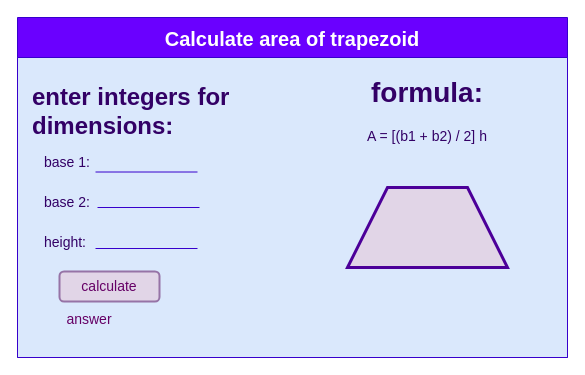
Above: design/storyboard.Drawio in sophie-nguyen-0/ICS2O-unit3-01-design (draw.io), before the change. Source tidied: cells renumbered, new cells numbered last; positions are measured from the earlier drawing's top-left corner, leaving out a move shared by most shapes. Both pictures are drawn from the tidied source at 100%, with x=0, y=0 at pixel (17, 17).
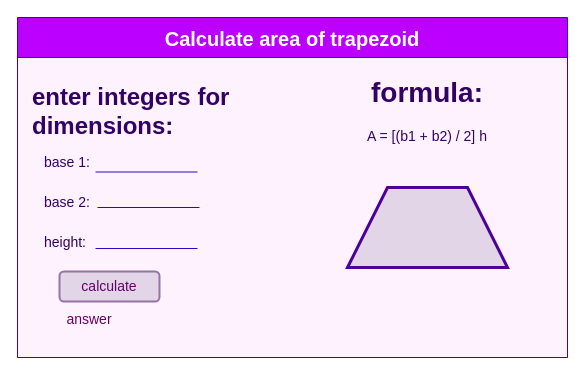
Above is the later version.

What changed in the source:
```diff
@@
 <mxGraphModel>
   <root>
     <mxCell id="0" />
     <mxCell id="1" parent="0" />
-    <mxCell id="2" style="rounded=0;whiteSpace=wrap;html=1;fontSize=14;fillColor=#dae8fc;strokeColor=#6c8ebf;" parent="1" vertex="1">
+    <mxCell id="2" style="rounded=0;whiteSpace=wrap;html=1;fontSize=14;fillColor=#FFF2FF;strokeColor=#6c8ebf;" parent="1" vertex="1">
       <mxGeometry y="30" width="550" height="310" as="geometry" />
     </mxCell>
-    <mxCell id="3" value="Calculate area of trapezoid" style="swimlane;startSize=40;fillColor=#6a00ff;strokeColor=#3700CC;fontColor=#ffffff;fontSize=20;" parent="1" vertex="1">
+    <mxCell id="3" value="Calculate area of trapezoid" style="swimlane;startSize=40;fillColor=#BB00FF;strokeColor=#3700CC;fontColor=#ffffff;fontSize=20;" parent="1" vertex="1">
       <mxGeometry width="550" height="340" as="geometry" />
     </mxCell>
     <mxCell id="4" value="&lt;h1&gt;&lt;font color=&quot;#330066&quot;&gt;enter integers for dimensions:&lt;/font&gt;&lt;/h1&gt;&lt;p&gt;&lt;br&gt;&lt;/p&gt;" style="text;html=1;strokeColor=none;fillColor=none;spacing=5;spacingTop=-20;whiteSpace=wrap;overflow=hidden;rounded=0;" parent="3" vertex="1">
       <mxGeometry x="10" y="60" width="270" height="120" as="geometry" />
     </mxCell>
     <mxCell id="5" value="&lt;font style=&quot;font-size: 14px&quot; color=&quot;#330066&quot;&gt;base 1:&lt;/font&gt;" style="text;html=1;strokeColor=none;fillColor=none;align=center;verticalAlign=middle;whiteSpace=wrap;rounded=0;" parent="3" vertex="1">
       <mxGeometry x="20" y="130" width="60" height="30" as="geometry" />
     </mxCell>
     <mxCell id="6" value="&lt;font style=&quot;font-size: 14px&quot; color=&quot;#330066&quot;&gt;base 2:&lt;/font&gt;" style="text;html=1;strokeColor=none;fillColor=none;align=center;verticalAlign=middle;whiteSpace=wrap;rounded=0;" parent="3" vertex="1">
       <mxGeometry x="20" y="170" width="60" height="30" as="geometry" />
     </mxCell>
     <mxCell id="7" value="&lt;font style=&quot;font-size: 14px&quot; color=&quot;#330066&quot;&gt;height:&lt;/font&gt;" style="text;html=1;strokeColor=none;fillColor=none;align=center;verticalAlign=middle;whiteSpace=wrap;rounded=0;" parent="3" vertex="1">
       <mxGeometry x="18" y="210" width="60" height="30" as="geometry" />
     </mxCell>
     <mxCell id="8" style="endArrow=none;html=1;fontSize=14;exitX=1;exitY=0.5;exitDx=0;exitDy=0;fillColor=#6a00ff;strokeColor=#3700CC;" parent="3" edge="1">
       <mxGeometry relative="1" as="geometry">
         <mxPoint x="80" y="190" as="sourcePoint" />
         <mxPoint x="182" y="190" as="targetPoint" />
       </mxGeometry>
     </mxCell>
     <mxCell id="9" style="endArrow=none;html=1;fontSize=14;exitX=1;exitY=0.5;exitDx=0;exitDy=0;fillColor=#6a00ff;strokeColor=#3700CC;" parent="3" edge="1">
       <mxGeometry relative="1" as="geometry">
         <mxPoint x="78" y="154.5" as="sourcePoint" />
         <mxPoint x="180" y="154.5" as="targetPoint" />
       </mxGeometry>
     </mxCell>
     <mxCell id="10" style="endArrow=none;html=1;fontSize=14;exitX=1;exitY=0.5;exitDx=0;exitDy=0;fillColor=#6a00ff;strokeColor=#3700CC;" parent="1" edge="1">
       <mxGeometry relative="1" as="geometry">
         <mxPoint x="78" y="231" as="sourcePoint" />
         <mxPoint x="180" y="231" as="targetPoint" />
       </mxGeometry>
     </mxCell>
     <mxCell id="11" style="shape=trapezoid;perimeter=trapezoidPerimeter;whiteSpace=wrap;html=1;fixedSize=1;fontSize=14;fillColor=#e1d5e7;size=40;strokeColor=#4C0099;strokeWidth=3;" parent="1" vertex="1">
       <mxGeometry x="330" y="170" width="160" height="80" as="geometry" />
     </mxCell>
     <mxCell id="12" value="&lt;h1&gt;formula:&lt;/h1&gt;&lt;p&gt;A = [(b1 + b2) / 2] h&lt;/p&gt;" style="text;html=1;strokeColor=none;fillColor=none;spacing=5;spacingTop=-20;whiteSpace=wrap;overflow=hidden;rounded=0;fontSize=14;fontColor=#330066;align=center;" parent="1" vertex="1">
       <mxGeometry x="315" y="50" width="190" height="120" as="geometry" />
     </mxCell>
     <mxCell id="13" value="&lt;font color=&quot;#660066&quot;&gt;calculate&lt;/font&gt;" style="rounded=1;whiteSpace=wrap;html=1;fontSize=14;strokeColor=#9673a6;strokeWidth=2;fillColor=#e1d5e7;" parent="1" vertex="1">
       <mxGeometry x="42" y="254" width="100" height="30" as="geometry" />
     </mxCell>
     <mxCell id="14" value="&lt;font style=&quot;font-size: 14px&quot;&gt;answer&lt;/font&gt;" style="text;html=1;strokeColor=none;fillColor=none;align=center;verticalAlign=middle;whiteSpace=wrap;rounded=0;fontSize=20;fontColor=#660066;" parent="1" vertex="1">
       <mxGeometry x="42" y="284" width="60" height="30" as="geometry" />
     </mxCell>
   </root>
 </mxGraphModel>
```
